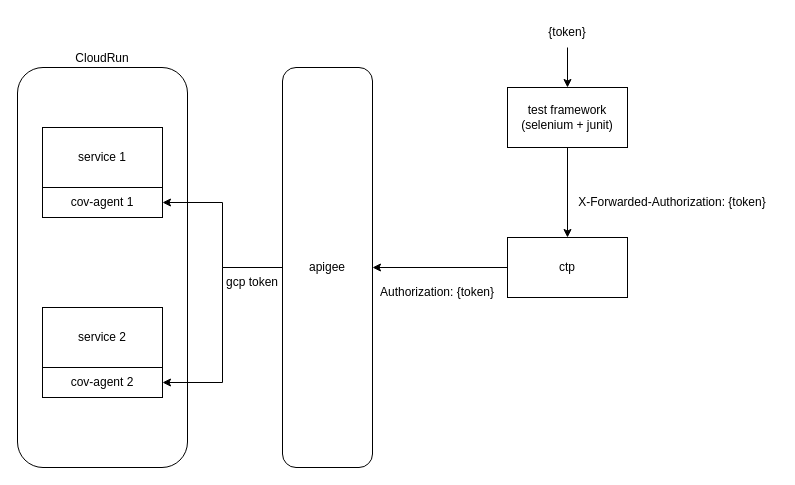
Before: poc.drawio in gtrofimov/draw-io-projects, a draw.io diagram. Source tidied: cells renumbered, new cells numbered last; positions are measured from the earlier drawing's top-left corner, leaving out a move shared by most shapes. Both pictures are drawn from the tidied source at 100%, with x=0, y=0 at pixel (17, 17).
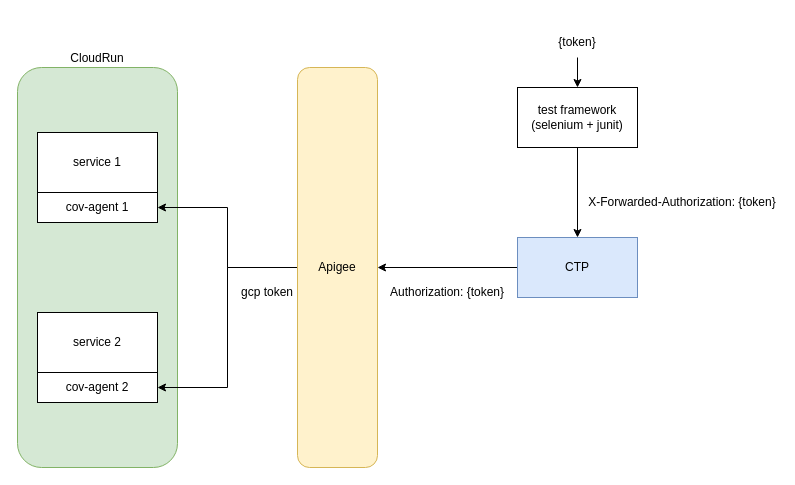
The same diagram, later.

Change to the diagram source:
```diff
@@
 <mxGraphModel>
   <root>
     <mxCell id="0" />
     <mxCell id="1" parent="0" />
-    <mxCell id="2" value="CloudRun" style="rounded=1;whiteSpace=wrap;html=1;labelPosition=center;verticalLabelPosition=top;align=center;verticalAlign=bottom;" parent="1" vertex="1">
-      <mxGeometry y="50" width="170" height="400" as="geometry" />
+    <mxCell id="2" value="CloudRun" style="rounded=1;whiteSpace=wrap;html=1;labelPosition=center;verticalLabelPosition=top;align=center;verticalAlign=bottom;fillColor=#d5e8d4;strokeColor=#82b366;" parent="1" vertex="1">
+      <mxGeometry y="50" width="160" height="400" as="geometry" />
     </mxCell>
     <mxCell id="3" value="service 1" style="rounded=0;whiteSpace=wrap;html=1;" parent="1" vertex="1">
-      <mxGeometry x="25" y="110" width="120" height="60" as="geometry" />
+      <mxGeometry x="20" y="115" width="120" height="60" as="geometry" />
     </mxCell>
     <mxCell id="4" value="cov-agent 1" style="rounded=0;whiteSpace=wrap;html=1;" parent="1" vertex="1">
-      <mxGeometry x="25" y="170" width="120" height="30" as="geometry" />
+      <mxGeometry x="20" y="175" width="120" height="30" as="geometry" />
     </mxCell>
     <mxCell id="5" style="edgeStyle=orthogonalEdgeStyle;rounded=0;jettySize=auto;html=1;exitX=0;exitY=0.5;exitDx=0;exitDy=0;entryX=1;entryY=0.5;entryDx=0;entryDy=0;" parent="1" edge="1" source="7" target="4">
       <mxGeometry relative="1" as="geometry" />
     </mxCell>
     <mxCell id="6" style="edgeStyle=orthogonalEdgeStyle;rounded=0;jettySize=auto;html=1;exitX=0;exitY=0.5;exitDx=0;exitDy=0;entryX=1;entryY=0.5;entryDx=0;entryDy=0;" parent="1" edge="1" source="7" target="13">
       <mxGeometry relative="1" as="geometry" />
     </mxCell>
-    <mxCell id="7" value="apigee" style="rounded=1;whiteSpace=wrap;html=1;labelPosition=center;verticalLabelPosition=middle;align=center;verticalAlign=middle;" parent="1" vertex="1">
-      <mxGeometry x="265" y="50" width="90" height="400" as="geometry" />
+    <mxCell id="7" value="Apigee" style="rounded=1;whiteSpace=wrap;html=1;labelPosition=center;verticalLabelPosition=middle;align=center;verticalAlign=middle;fillColor=#fff2cc;strokeColor=#d6b656;" parent="1" vertex="1">
+      <mxGeometry x="280" y="50" width="80" height="400" as="geometry" />
     </mxCell>
     <mxCell id="8" style="edgeStyle=orthogonalEdgeStyle;rounded=0;jettySize=auto;html=1;entryX=1;entryY=0.5;entryDx=0;entryDy=0;" parent="1" edge="1" source="9" target="7">
       <mxGeometry relative="1" as="geometry" />
     </mxCell>
-    <mxCell id="9" value="ctp" style="rounded=0;whiteSpace=wrap;html=1;" parent="1" vertex="1">
-      <mxGeometry x="490" y="220" width="120" height="60" as="geometry" />
+    <mxCell id="9" value="CTP" style="rounded=0;whiteSpace=wrap;html=1;fillColor=#dae8fc;strokeColor=#6c8ebf;" parent="1" vertex="1">
+      <mxGeometry x="500" y="220" width="120" height="60" as="geometry" />
     </mxCell>
     <mxCell id="10" style="edgeStyle=orthogonalEdgeStyle;rounded=0;jettySize=auto;html=1;entryX=0.5;entryY=0;entryDx=0;entryDy=0;" parent="1" edge="1" source="11" target="9">
       <mxGeometry relative="1" as="geometry" />
     </mxCell>
     <mxCell id="11" value="test framework&lt;div&gt;(selenium + junit)&lt;/div&gt;" style="rounded=0;whiteSpace=wrap;html=1;" parent="1" vertex="1">
-      <mxGeometry x="490" y="70" width="120" height="60" as="geometry" />
+      <mxGeometry x="500" y="70" width="120" height="60" as="geometry" />
     </mxCell>
     <mxCell id="12" value="service 2" style="rounded=0;whiteSpace=wrap;html=1;" parent="1" vertex="1">
-      <mxGeometry x="25" y="290" width="120" height="60" as="geometry" />
+      <mxGeometry x="20" y="295" width="120" height="60" as="geometry" />
     </mxCell>
     <mxCell id="13" value="cov-agent 2" style="rounded=0;whiteSpace=wrap;html=1;" parent="1" vertex="1">
-      <mxGeometry x="25" y="350" width="120" height="30" as="geometry" />
+      <mxGeometry x="20" y="355" width="120" height="30" as="geometry" />
     </mxCell>
     <mxCell id="14" value="X-Forwarded-Authorization: {token}" style="text;html=1;align=center;verticalAlign=middle;whiteSpace=wrap;rounded=0;" parent="1" vertex="1">
-      <mxGeometry x="560" y="140" width="190" height="90" as="geometry" />
+      <mxGeometry x="570" y="140" width="190" height="90" as="geometry" />
     </mxCell>
     <mxCell id="15" value="Authorization: {token}" style="text;html=1;align=center;verticalAlign=middle;whiteSpace=wrap;rounded=0;rotation=0;" parent="1" vertex="1">
-      <mxGeometry x="360" y="230" width="120" height="90" as="geometry" />
+      <mxGeometry x="370" y="230" width="120" height="90" as="geometry" />
     </mxCell>
     <mxCell id="16" style="edgeStyle=orthogonalEdgeStyle;rounded=0;jettySize=auto;html=1;" parent="1" edge="1" source="17" target="11">
       <mxGeometry relative="1" as="geometry" />
     </mxCell>
     <mxCell id="17" value="{token}" style="text;html=1;align=center;verticalAlign=middle;whiteSpace=wrap;rounded=0;" parent="1" vertex="1">
-      <mxGeometry x="520" width="60" height="30" as="geometry" />
+      <mxGeometry x="530" y="10" width="60" height="30" as="geometry" />
     </mxCell>
     <mxCell id="18" value="gcp token" style="text;html=1;align=center;verticalAlign=middle;whiteSpace=wrap;rounded=0;" parent="1" vertex="1">
-      <mxGeometry x="205" y="250" width="60" height="30" as="geometry" />
+      <mxGeometry x="220" y="260" width="60" height="30" as="geometry" />
     </mxCell>
   </root>
 </mxGraphModel>
```
